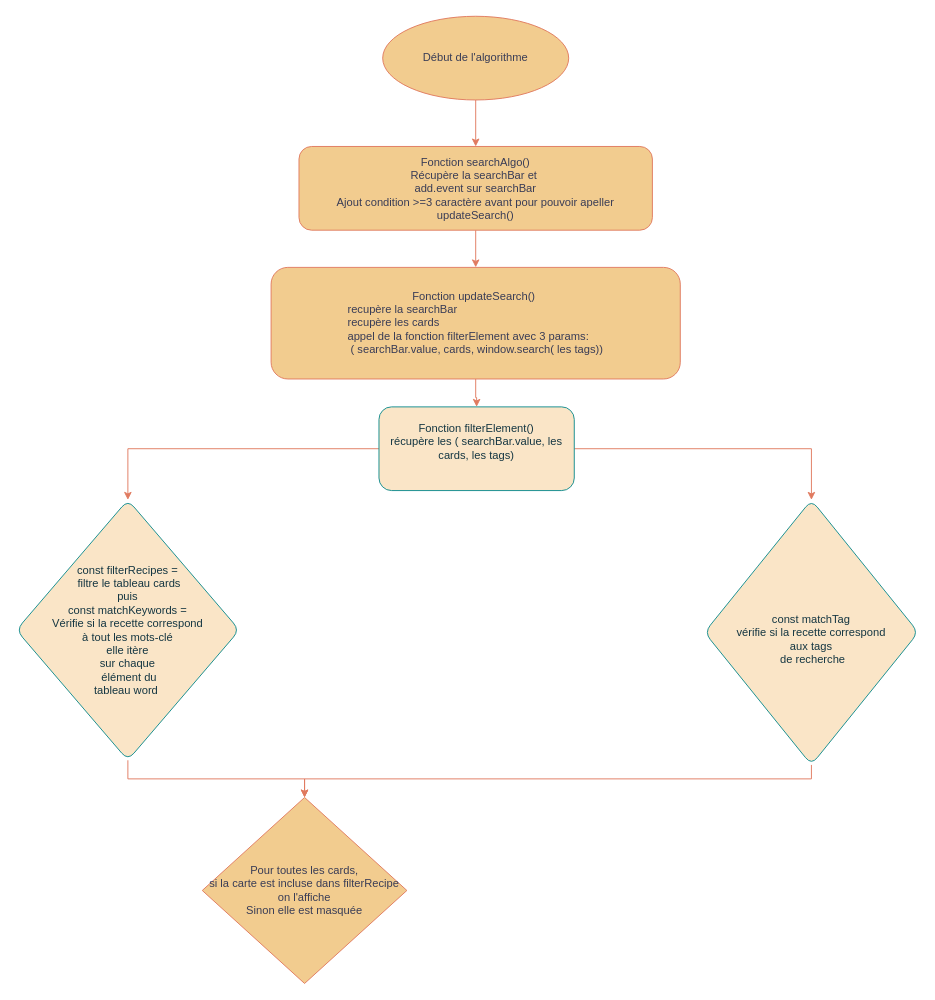
Before: Algo de recherche n°2.drawio in abaddon101/Projet---Les-Petits-Plats, a draw.io diagram. Source tidied: cells renumbered, new cells numbered last; positions are measured from the earlier drawing's top-left corner, leaving out a move shared by most shapes. Both pictures are drawn from the tidied source at 93%, with x=0, y=0 at pixel (16, 16).
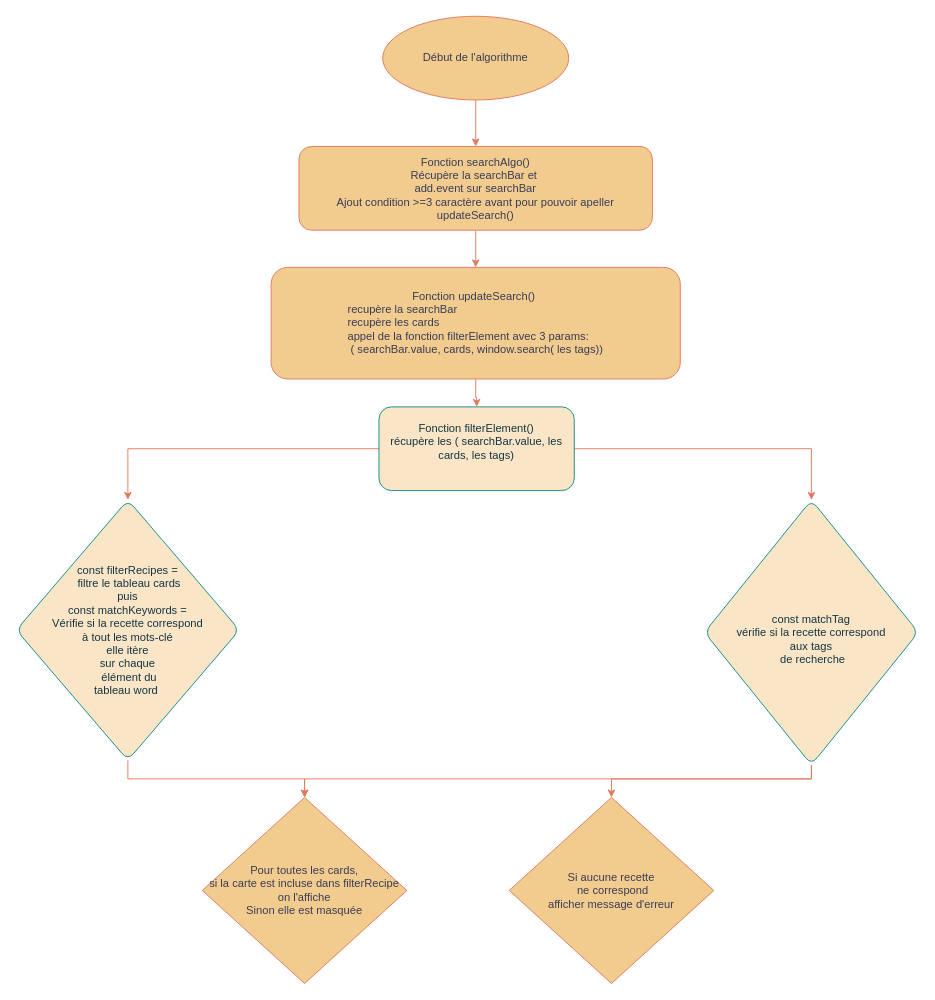
Above is the later version.

Commit message (it also covers changes not shown here):
Mettre à jour Algo de recherche n°2.drawio

Unchanged cells that the change refers to:
```xml
<mxCell id="14" value="&lt;br&gt;const matchTag &lt;br&gt;vérifie si la recette correspond &lt;br&gt;aux tags&lt;br&gt;&amp;nbsp;de recherche" style="rhombus;whiteSpace=wrap;html=1;fillColor=#FAE5C7;strokeColor=#0F8B8D;fontColor=#143642;rounded=1;labelBackgroundColor=none;" parent="1" vertex="1">
  <mxGeometry x="740" y="520" width="230" height="285" as="geometry" />
</mxCell>
```

The edit, as a diff of the source:
```diff
@@
+    <mxCell id="16" style="edgeStyle=orthogonalEdgeStyle;rounded=0;jettySize=auto;html=1;entryX=0.5;entryY=0;entryDx=0;entryDy=0;strokeColor=#E07A5F;fontColor=#393C56;fillColor=#F2CC8F;" parent="1" edge="1" source="14" target="17">
+      <mxGeometry relative="1" as="geometry">
+        <Array as="points">
+          <mxPoint x="855" y="820" />
+          <mxPoint x="640" y="820" />
+        </Array>
+      </mxGeometry>
+    </mxCell>
@@
+    <mxCell id="17" value="Si aucune recette&lt;br&gt;&amp;nbsp;ne correspond&lt;br&gt;afficher message d'erreur" style="rhombus;whiteSpace=wrap;html=1;strokeColor=#E07A5F;fontColor=#393C56;fillColor=#F2CC8F;" parent="1" vertex="1">
+      <mxGeometry x="530" y="840" width="220" height="200" as="geometry" />
+    </mxCell>
```
